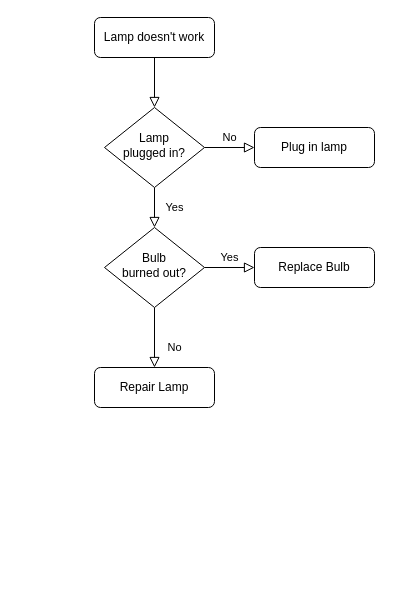
P0oxox/linux_bridge_PR keeps this draw.io diagram as 未命名绘图.drawio. Above is the earlier version. Source tidied: cells renumbered, new cells numbered last; positions are measured from the earlier drawing's top-left corner, leaving out a move shared by most shapes. Both pictures are drawn from the tidied source at 100%, with x=0, y=0 at pixel (94, 17).
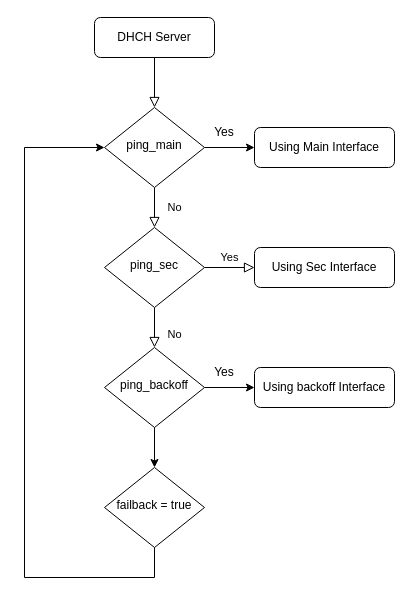
Above is the later version.

Diff of the diagram source:
```diff
@@
-    <mxCell id="3" value="Lamp doesn't work" style="rounded=1;whiteSpace=wrap;html=1;fontSize=12;glass=0;strokeWidth=1;shadow=0;" parent="1" vertex="1">
+    <mxCell id="3" value="DHCH Server" style="rounded=1;whiteSpace=wrap;html=1;fontSize=12;glass=0;strokeWidth=1;shadow=0;" parent="1" vertex="1">
       <mxGeometry width="120" height="40" as="geometry" />
     </mxCell>
-    <mxCell id="4" value="Yes" style="rounded=0;html=1;jettySize=auto;fontSize=11;endArrow=block;endFill=0;endSize=8;strokeWidth=1;shadow=0;labelBackgroundColor=none;edgeStyle=orthogonalEdgeStyle;" parent="1" edge="1" source="6" target="10">
+    <mxCell id="4" value="No" style="rounded=0;html=1;jettySize=auto;fontSize=11;endArrow=block;endFill=0;endSize=8;strokeWidth=1;shadow=0;labelBackgroundColor=none;edgeStyle=orthogonalEdgeStyle;" parent="1" edge="1" source="6" target="10">
       <mxGeometry y="20" relative="1" as="geometry" />
     </mxCell>
-    <mxCell id="5" value="No" style="edgeStyle=orthogonalEdgeStyle;rounded=0;html=1;jettySize=auto;fontSize=11;endArrow=block;endFill=0;endSize=8;strokeWidth=1;shadow=0;labelBackgroundColor=none;" parent="1" edge="1" source="6" target="7">
-      <mxGeometry y="10" relative="1" as="geometry" />
+    <mxCell id="5" style="edgeStyle=orthogonalEdgeStyle;rounded=0;jettySize=auto;html=1;exitX=1;exitY=0.5;exitDx=0;exitDy=0;entryX=0;entryY=0.5;entryDx=0;entryDy=0;" parent="1" edge="1" source="6" target="7">
+      <mxGeometry relative="1" as="geometry" />
     </mxCell>
-    <mxCell id="6" value="Lamp&lt;br&gt;plugged in?" style="rhombus;whiteSpace=wrap;html=1;shadow=0;fontFamily=Helvetica;fontSize=12;align=center;strokeWidth=1;spacing=6;spacingTop=-4;" parent="1" vertex="1">
+    <mxCell id="6" value="ping_main" style="rhombus;whiteSpace=wrap;html=1;shadow=0;fontFamily=Helvetica;fontSize=12;align=center;strokeWidth=1;spacing=6;spacingTop=-4;" parent="1" vertex="1">
       <mxGeometry x="10" y="90" width="100" height="80" as="geometry" />
     </mxCell>
-    <mxCell id="7" value="Plug in lamp" style="rounded=1;whiteSpace=wrap;html=1;fontSize=12;glass=0;strokeWidth=1;shadow=0;" parent="1" vertex="1">
-      <mxGeometry x="160" y="110" width="120" height="40" as="geometry" />
+    <mxCell id="7" value="Using Main Interface" style="rounded=1;whiteSpace=wrap;html=1;fontSize=12;glass=0;strokeWidth=1;shadow=0;" parent="1" vertex="1">
+      <mxGeometry x="160" y="110" width="140" height="40" as="geometry" />
     </mxCell>
-    <mxCell id="8" value="No" style="rounded=0;html=1;jettySize=auto;fontSize=11;endArrow=block;endFill=0;endSize=8;strokeWidth=1;shadow=0;labelBackgroundColor=none;edgeStyle=orthogonalEdgeStyle;" parent="1" edge="1" source="10" target="11">
-      <mxGeometry x="0.33" y="20" relative="1" as="geometry" />
+    <mxCell id="8" value="No" style="rounded=0;html=1;jettySize=auto;fontSize=11;endArrow=block;endFill=0;endSize=8;strokeWidth=1;shadow=0;labelBackgroundColor=none;edgeStyle=orthogonalEdgeStyle;" parent="1" edge="1" source="10">
+      <mxGeometry x="0.33" y="20" relative="1" as="geometry">
+        <mxPoint x="60" y="330" as="targetPoint" />
+        <Array as="points">
+          <mxPoint x="60" y="330" />
+        </Array>
+      </mxGeometry>
     </mxCell>
@@
-    <mxCell id="10" value="Bulb&lt;br&gt;burned out?" style="rhombus;whiteSpace=wrap;html=1;shadow=0;fontFamily=Helvetica;fontSize=12;align=center;strokeWidth=1;spacing=6;spacingTop=-4;" parent="1" vertex="1">
+    <mxCell id="10" value="ping_sec" style="rhombus;whiteSpace=wrap;html=1;shadow=0;fontFamily=Helvetica;fontSize=12;align=center;strokeWidth=1;spacing=6;spacingTop=-4;" parent="1" vertex="1">
       <mxGeometry x="10" y="210" width="100" height="80" as="geometry" />
     </mxCell>
-    <mxCell id="11" value="Repair Lamp" style="rounded=1;whiteSpace=wrap;html=1;fontSize=12;glass=0;strokeWidth=1;shadow=0;" parent="1" vertex="1">
-      <mxGeometry y="350" width="120" height="40" as="geometry" />
-    </mxCell>
-    <mxCell id="12" value="Replace Bulb" style="rounded=1;whiteSpace=wrap;html=1;fontSize=12;glass=0;strokeWidth=1;shadow=0;" parent="1" vertex="1">
-      <mxGeometry x="160" y="230" width="120" height="40" as="geometry" />
+    <mxCell id="12" value="Using Sec Interface" style="rounded=1;whiteSpace=wrap;html=1;fontSize=12;glass=0;strokeWidth=1;shadow=0;" parent="1" vertex="1">
+      <mxGeometry x="160" y="230" width="140" height="40" as="geometry" />
     </mxCell>
+    <mxCell id="13" value="Yes" style="text;html=1;strokeColor=none;fillColor=none;align=center;verticalAlign=middle;whiteSpace=wrap;rounded=0;" parent="1" vertex="1">
+      <mxGeometry x="100" y="100" width="60" height="30" as="geometry" />
+    </mxCell>
+    <mxCell id="14" style="edgeStyle=orthogonalEdgeStyle;rounded=0;jettySize=auto;html=1;exitX=1;exitY=0.5;exitDx=0;exitDy=0;entryX=0;entryY=0.5;entryDx=0;entryDy=0;" parent="1" edge="1" source="15" target="16">
+      <mxGeometry relative="1" as="geometry" />
+    </mxCell>
+    <mxCell id="15" value="ping_backoff" style="rhombus;whiteSpace=wrap;html=1;shadow=0;fontFamily=Helvetica;fontSize=12;align=center;strokeWidth=1;spacing=6;spacingTop=-4;" parent="1" vertex="1">
+      <mxGeometry x="10" y="330" width="100" height="80" as="geometry" />
+    </mxCell>
+    <mxCell id="16" value="Using backoff Interface" style="rounded=1;whiteSpace=wrap;html=1;fontSize=12;glass=0;strokeWidth=1;shadow=0;" parent="1" vertex="1">
+      <mxGeometry x="160" y="350" width="140" height="40" as="geometry" />
+    </mxCell>
+    <mxCell id="17" value="Yes" style="text;html=1;strokeColor=none;fillColor=none;align=center;verticalAlign=middle;whiteSpace=wrap;rounded=0;" parent="1" vertex="1">
+      <mxGeometry x="100" y="350" width="60" height="10" as="geometry" />
+    </mxCell>
+    <mxCell id="18" value="failback = true" style="rhombus;whiteSpace=wrap;html=1;shadow=0;fontFamily=Helvetica;fontSize=12;align=center;strokeWidth=1;spacing=6;spacingTop=-4;" parent="1" vertex="1">
+      <mxGeometry x="10" y="450" width="100" height="80" as="geometry" />
+    </mxCell>
+    <mxCell id="19" style="endArrow=classic;html=1;rounded=0;exitX=0.5;exitY=1;exitDx=0;exitDy=0;entryX=0.5;entryY=0;entryDx=0;entryDy=0;" parent="1" edge="1" source="15" target="18">
+      <mxGeometry relative="1" as="geometry" />
+    </mxCell>
+    <mxCell id="20" style="endArrow=classic;html=1;rounded=0;entryX=0;entryY=0.5;entryDx=0;entryDy=0;" parent="1" edge="1" target="6">
+      <mxGeometry relative="1" as="geometry">
+        <mxPoint x="60" y="560" as="sourcePoint" />
+        <Array as="points">
+          <mxPoint x="-70" y="560" />
+          <mxPoint x="-70" y="130" />
+        </Array>
+      </mxGeometry>
+    </mxCell>
+    <mxCell id="21" style="endArrow=none;html=1;rounded=0;entryX=0.5;entryY=1;entryDx=0;entryDy=0;" parent="1" edge="1" target="18">
+      <mxGeometry relative="1" as="geometry">
+        <mxPoint x="60" y="560" as="sourcePoint" />
+      </mxGeometry>
+    </mxCell>
```
